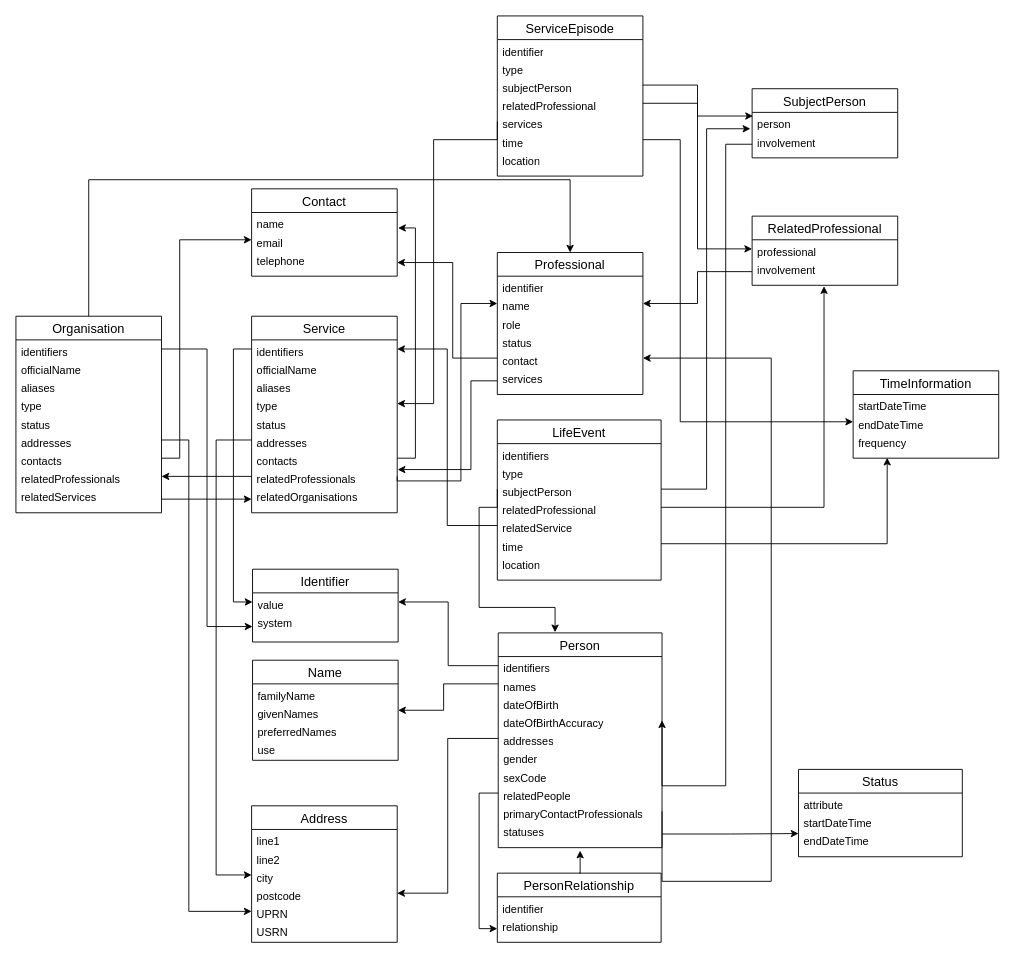
Earlier version of the draw.io diagram images/SC_data_model.drawio (SocialCareData/data-model). Source tidied: cells renumbered, new cells numbered last; positions are measured from the earlier drawing's top-left corner, leaving out a move shared by most shapes. Both pictures are drawn from the tidied source at 91%, with x=0, y=0 at pixel (15, 15).
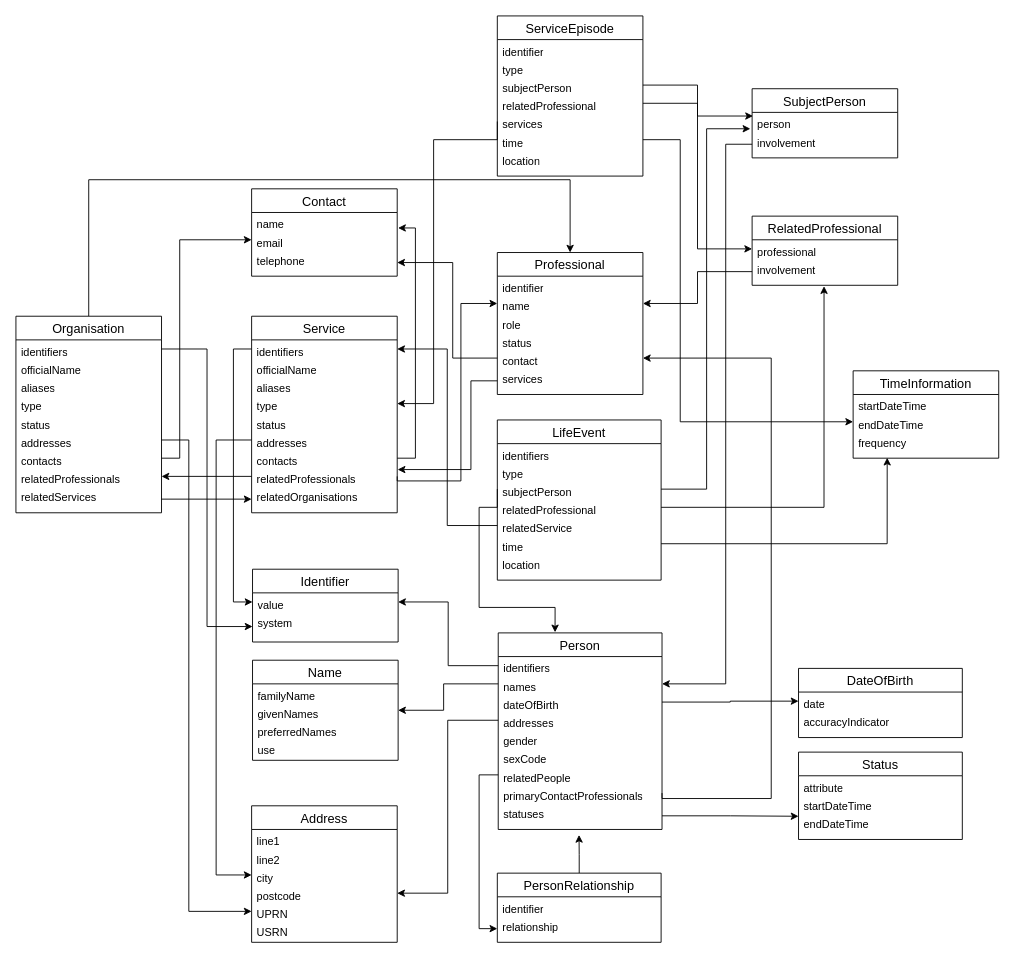
After the change.

Unchanged cells that the change refers to:
```xml
<mxCell id="4" value="names" style="text;strokeColor=none;fillColor=none;spacingLeft=4;spacingRight=4;overflow=hidden;points=[[0,0.5],[1,0.5]];portConstraint=eastwest;fontSize=12;whiteSpace=wrap;html=1;" parent="2" vertex="1">
  <mxGeometry y="46" width="180" height="20" as="geometry" />
</mxCell>
<mxCell id="5" value="dateOfBirth" style="text;strokeColor=none;fillColor=none;spacingLeft=4;spacingRight=4;overflow=hidden;points=[[0,0.5],[1,0.5]];portConstraint=eastwest;fontSize=12;whiteSpace=wrap;html=1;" parent="2" vertex="1">
  <mxGeometry y="66" width="180" height="20" as="geometry" />
</mxCell>
<mxCell id="31" value="PersonRelationship" style="swimlane;fontStyle=0;horizontal=1;startSize=26;align=center;fontSize=14;" parent="1" vertex="1">
  <mxGeometry x="529" y="942" width="180" height="76" as="geometry" />
</mxCell>
<mxCell id="40" value="contact" style="text;strokeColor=none;fillColor=none;spacingLeft=4;spacingRight=4;overflow=hidden;points=[[0,0.5],[1,0.5]];portConstraint=eastwest;fontSize=12;whiteSpace=wrap;html=1;" parent="35" vertex="1">
  <mxGeometry y="106" width="160" height="20" as="geometry" />
</mxCell>
<mxCell id="87" value="involvement" style="text;strokeColor=none;fillColor=none;spacingLeft=4;spacingRight=4;overflow=hidden;points=[[0,0.5],[1,0.5]];portConstraint=eastwest;fontSize=12;whiteSpace=wrap;html=1;" parent="85" vertex="1">
  <mxGeometry y="46" width="160" height="30" as="geometry" />
</mxCell>
```

Change to the diagram source:
```diff
@@
     <mxCell id="2" value="Person" style="swimlane;fontStyle=0;horizontal=1;startSize=26;align=center;fontSize=14;" parent="1" vertex="1">
-      <mxGeometry x="530" y="678" width="180" height="236" as="geometry" />
+      <mxGeometry x="530" y="678" width="180" height="216" as="geometry" />
     </mxCell>
@@
-    <mxCell id="6" value="dateOfBirthAccuracy" style="text;strokeColor=none;fillColor=none;spacingLeft=4;spacingRight=4;overflow=hidden;points=[[0,0.5],[1,0.5]];portConstraint=eastwest;fontSize=12;whiteSpace=wrap;html=1;" parent="2" vertex="1">
-      <mxGeometry y="86" width="180" height="20" as="geometry" />
-    </mxCell>
     <mxCell id="7" value="addresses" style="text;strokeColor=none;fillColor=none;spacingLeft=4;spacingRight=4;overflow=hidden;points=[[0,0.5],[1,0.5]];portConstraint=eastwest;fontSize=12;whiteSpace=wrap;html=1;" parent="2" vertex="1">
-      <mxGeometry y="106" width="180" height="20" as="geometry" />
+      <mxGeometry y="86" width="180" height="20" as="geometry" />
     </mxCell>
     <mxCell id="8" value="gender" style="text;strokeColor=none;fillColor=none;spacingLeft=4;spacingRight=4;overflow=hidden;fontSize=12;whiteSpace=wrap;html=1;" parent="2" vertex="1">
-      <mxGeometry y="126" width="180" height="20" as="geometry" />
+      <mxGeometry y="106" width="180" height="20" as="geometry" />
     </mxCell>
     <mxCell id="9" value="sexCode" style="text;strokeColor=none;fillColor=none;spacingLeft=4;spacingRight=4;overflow=hidden;fontSize=12;whiteSpace=wrap;html=1;" parent="2" vertex="1">
-      <mxGeometry y="146" width="180" height="20" as="geometry" />
+      <mxGeometry y="126" width="180" height="20" as="geometry" />
     </mxCell>
     <mxCell id="10" value="relatedPeople" style="text;strokeColor=none;fillColor=none;spacingLeft=4;spacingRight=4;overflow=hidden;points=[[0,0.5],[1,0.5]];portConstraint=eastwest;fontSize=12;whiteSpace=wrap;html=1;" parent="2" vertex="1">
-      <mxGeometry y="166" width="180" height="20" as="geometry" />
+      <mxGeometry y="146" width="180" height="20" as="geometry" />
     </mxCell>
     <mxCell id="11" value="primaryContactProfessionals" style="text;strokeColor=none;fillColor=none;spacingLeft=4;spacingRight=4;overflow=hidden;points=[[0,0.5],[1,0.5]];portConstraint=eastwest;fontSize=12;whiteSpace=wrap;html=1;" parent="2" vertex="1">
-      <mxGeometry y="186" width="180" height="20" as="geometry" />
+      <mxGeometry y="166" width="180" height="20" as="geometry" />
     </mxCell>
     <mxCell id="12" value="statuses" style="text;strokeColor=none;fillColor=none;spacingLeft=4;spacingRight=4;overflow=hidden;points=[[0,0.5],[1,0.5]];portConstraint=eastwest;fontSize=12;whiteSpace=wrap;html=1;" parent="2" vertex="1">
-      <mxGeometry y="206" width="180" height="30" as="geometry" />
+      <mxGeometry y="186" width="180" height="30" as="geometry" />
     </mxCell>
@@
+    <mxCell id="129" style="edgeStyle=orthogonalEdgeStyle;rounded=0;jettySize=auto;html=1;exitX=0.5;exitY=0;exitDx=0;exitDy=0;" parent="1" edge="1" source="31">
+      <mxGeometry relative="1" as="geometry">
+        <mxPoint x="618.8" y="900" as="targetPoint" />
+      </mxGeometry>
+    </mxCell>
@@
     <mxCell id="34" style="edgeStyle=orthogonalEdgeStyle;rounded=0;jettySize=auto;html=1;entryX=1;entryY=0.5;entryDx=0;entryDy=0;exitX=1;exitY=0.5;exitDx=0;exitDy=0;" parent="1" edge="1" source="11" target="40">
       <mxGeometry relative="1" as="geometry">
         <Array as="points">
-          <mxPoint x="830" y="951" />
+          <mxPoint x="710" y="860" />
+          <mxPoint x="830" y="860" />
           <mxPoint x="830" y="376" />
         </Array>
       </mxGeometry>
     </mxCell>
@@
-    <mxCell id="98" style="edgeStyle=orthogonalEdgeStyle;rounded=0;jettySize=auto;html=1;exitX=0;exitY=0.5;exitDx=0;exitDy=0;entryX=1;entryY=0.5;entryDx=0;entryDy=0;" parent="1" edge="1" source="87" target="6">
-      <mxGeometry relative="1" as="geometry">
-        <Array as="points">
-          <mxPoint x="780" y="141" />
-          <mxPoint x="780" y="846" />
-        </Array>
-      </mxGeometry>
-    </mxCell>
@@
-    <mxCell id="118" style="edgeStyle=orthogonalEdgeStyle;rounded=0;jettySize=auto;html=1;exitX=0.5;exitY=0;exitDx=0;exitDy=0;entryX=0.5;entryY=1.108;entryDx=0;entryDy=0;entryPerimeter=0;" parent="1" edge="1" source="31" target="12">
-      <mxGeometry relative="1" as="geometry" />
-    </mxCell>
     <mxCell id="119" value="Status" style="swimlane;fontStyle=0;horizontal=1;startSize=26;align=center;fontSize=14;" parent="1" vertex="1">
-      <mxGeometry x="860" y="828" width="180" height="96" as="geometry" />
+      <mxGeometry x="860" y="809" width="180" height="96" as="geometry" />
     </mxCell>
@@
+    <mxCell id="130" style="edgeStyle=orthogonalEdgeStyle;rounded=0;jettySize=auto;html=1;exitX=0;exitY=0.5;exitDx=0;exitDy=0;entryX=1;entryY=0.5;entryDx=0;entryDy=0;" parent="1" edge="1" source="87" target="4">
+      <mxGeometry relative="1" as="geometry">
+        <Array as="points">
+          <mxPoint x="780" y="141" />
+          <mxPoint x="780" y="734" />
+        </Array>
+      </mxGeometry>
+    </mxCell>
+    <mxCell id="131" value="DateOfBirth" style="swimlane;fontStyle=0;horizontal=1;startSize=26;align=center;fontSize=14;" parent="1" vertex="1">
+      <mxGeometry x="860" y="717" width="180" height="76" as="geometry" />
+    </mxCell>
+    <mxCell id="132" value="date" style="text;strokeColor=none;fillColor=none;spacingLeft=4;spacingRight=4;overflow=hidden;points=[[0,0.5],[1,0.5]];portConstraint=eastwest;fontSize=12;whiteSpace=wrap;html=1;" parent="131" vertex="1">
+      <mxGeometry y="26" width="180" height="20" as="geometry" />
+    </mxCell>
+    <mxCell id="133" value="accuracyIndicator" style="text;strokeColor=none;fillColor=none;spacingLeft=4;spacingRight=4;overflow=hidden;fontSize=12;whiteSpace=wrap;html=1;" parent="131" vertex="1">
+      <mxGeometry y="46" width="180" height="30" as="geometry" />
+    </mxCell>
+    <mxCell id="134" style="edgeStyle=orthogonalEdgeStyle;rounded=0;jettySize=auto;html=1;exitX=1;exitY=0.5;exitDx=0;exitDy=0;entryX=0;entryY=0.5;entryDx=0;entryDy=0;" parent="1" edge="1" source="5" target="132">
+      <mxGeometry relative="1" as="geometry" />
+    </mxCell>
```
